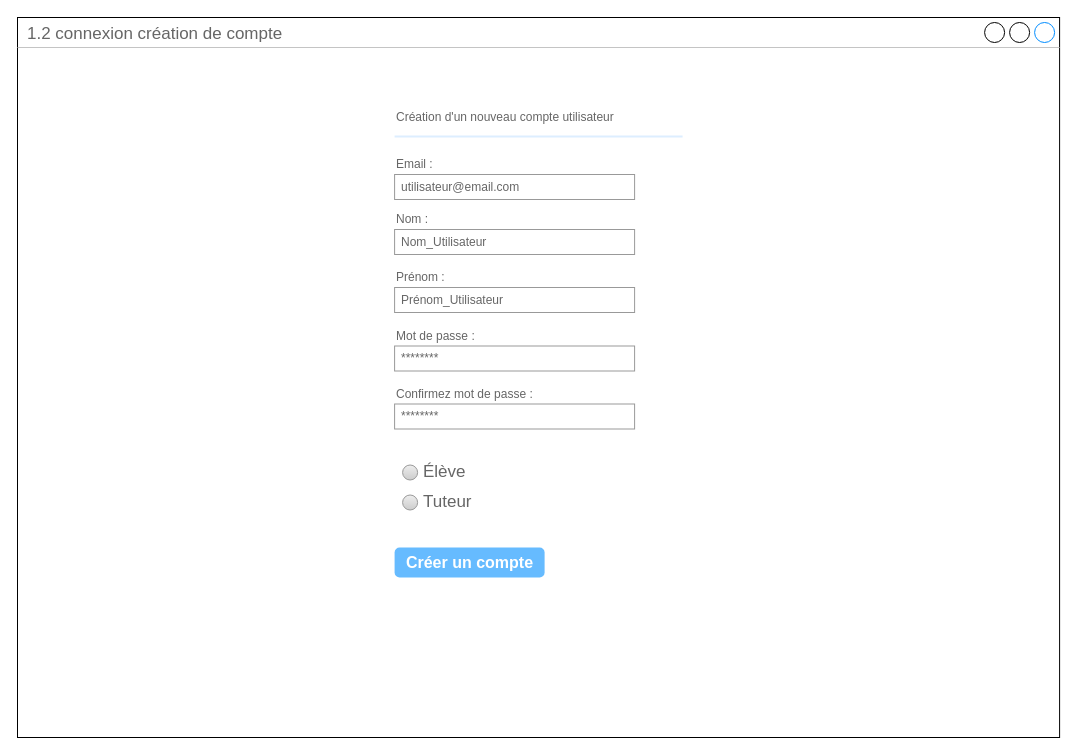
Above: page "1.2 connexion création de compte" (3 of 11) of P3 - maquettes - Mobile.drawio in GDSDC/OpenclassroomsProject-P3 (draw.io), before the change. Source tidied: cells renumbered, new cells numbered last; positions are measured from the earlier drawing's top-left corner, leaving out a move shared by most shapes. Both pictures are drawn from the tidied source at 100%, with x=0, y=0 at pixel (17, 17).
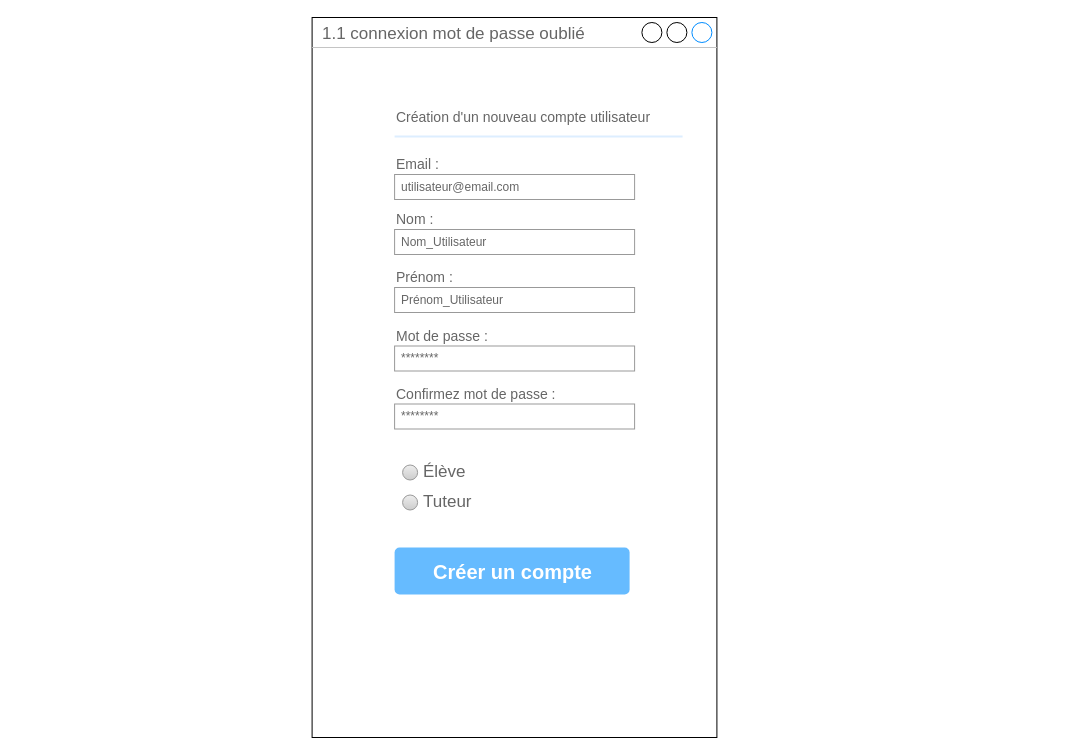
After the change.

Change to the diagram source:
```diff
@@
 <mxGraphModel>
   <root>
     <mxCell id="0" />
     <mxCell id="1" parent="0" />
-    <mxCell id="2" value="1.2 connexion création de compte" style="strokeWidth=1;shadow=0;dashed=0;align=center;html=1;shape=mxgraph.mockup.containers.window;align=left;verticalAlign=top;spacingLeft=8;strokeColor2=#008cff;strokeColor3=#c4c4c4;fontColor=#666666;mainText=;fontSize=17;labelBackgroundColor=none;" parent="1" vertex="1">
-      <mxGeometry width="1042.1" height="720" as="geometry" />
-    </mxCell>
+    <mxCell id="18" value="1.1 connexion mot de passe oublié" style="strokeWidth=1;shadow=0;dashed=0;align=center;html=1;shape=mxgraph.mockup.containers.window;align=left;verticalAlign=top;spacingLeft=8;strokeColor2=#008cff;strokeColor3=#c4c4c4;fontColor=#666666;mainText=;fontSize=17;labelBackgroundColor=none;" parent="1" vertex="1">
+      <mxGeometry x="294.6" width="404.8" height="720" as="geometry" />
+    </mxCell>
-    <mxCell id="3" value="Création d'un nouveau compte utilisateur" style="strokeWidth=1;shadow=0;dashed=0;align=center;html=1;shape=mxgraph.mockup.forms.anchor;fontSize=12;fontColor=#666666;align=left;spacingLeft=0;" parent="1" vertex="1">
+    <mxCell id="3" value="Création d'un nouveau compte utilisateur" style="strokeWidth=1;shadow=0;dashed=0;align=center;html=1;shape=mxgraph.mockup.forms.anchor;fontSize=14;fontColor=#666666;align=left;spacingLeft=0;" parent="1" vertex="1">
       <mxGeometry x="377.1" y="90" width="160" height="20" as="geometry" />
     </mxCell>
     <mxCell id="4" style="shape=line;strokeColor=#ddeeff;strokeWidth=2;html=1;" parent="1" vertex="1">
       <mxGeometry x="377.1" y="114" width="288" height="10" as="geometry" />
     </mxCell>
-    <mxCell id="5" value="Email :" style="strokeWidth=1;shadow=0;dashed=0;align=center;html=1;shape=mxgraph.mockup.forms.anchor;fontSize=12;fontColor=#666666;align=left;spacingLeft=0;" parent="1" vertex="1">
+    <mxCell id="5" value="Email :" style="strokeWidth=1;shadow=0;dashed=0;align=center;html=1;shape=mxgraph.mockup.forms.anchor;fontSize=14;fontColor=#666666;align=left;spacingLeft=0;" parent="1" vertex="1">
       <mxGeometry x="377.1" y="137" width="160" height="20" as="geometry" />
     </mxCell>
     <mxCell id="6" value="utilisateur@email.com" style="strokeWidth=1;shadow=0;dashed=0;align=center;html=1;shape=mxgraph.mockup.forms.rrect;rSize=0;strokeColor=#999999;fontColor=#666666;align=left;spacingLeft=5;" parent="1" vertex="1">
       <mxGeometry x="377.1" y="157" width="240" height="25" as="geometry" />
     </mxCell>
-    <mxCell id="7" value="Nom :" style="strokeWidth=1;shadow=0;dashed=0;align=center;html=1;shape=mxgraph.mockup.forms.anchor;fontSize=12;fontColor=#666666;align=left;spacingLeft=0;" parent="1" vertex="1">
+    <mxCell id="7" value="Nom :" style="strokeWidth=1;shadow=0;dashed=0;align=center;html=1;shape=mxgraph.mockup.forms.anchor;fontSize=14;fontColor=#666666;align=left;spacingLeft=0;" parent="1" vertex="1">
       <mxGeometry x="377.1" y="192" width="160" height="20" as="geometry" />
     </mxCell>
     <mxCell id="8" value="Nom_Utilisateur" style="strokeWidth=1;shadow=0;dashed=0;align=center;html=1;shape=mxgraph.mockup.forms.rrect;rSize=0;strokeColor=#999999;fontColor=#666666;align=left;spacingLeft=5;" parent="1" vertex="1">
       <mxGeometry x="377.1" y="212" width="240" height="25" as="geometry" />
     </mxCell>
     <mxCell id="9" value="Prénom_Utilisateur" style="strokeWidth=1;shadow=0;dashed=0;align=center;html=1;shape=mxgraph.mockup.forms.rrect;rSize=0;strokeColor=#999999;fontColor=#666666;align=left;spacingLeft=5;" parent="1" vertex="1">
       <mxGeometry x="377.1" y="270" width="240" height="25" as="geometry" />
     </mxCell>
-    <mxCell id="10" value="Prénom :" style="strokeWidth=1;shadow=0;dashed=0;align=center;html=1;shape=mxgraph.mockup.forms.anchor;fontSize=12;fontColor=#666666;align=left;spacingLeft=0;" parent="1" vertex="1">
+    <mxCell id="10" value="Prénom :" style="strokeWidth=1;shadow=0;dashed=0;align=center;html=1;shape=mxgraph.mockup.forms.anchor;fontSize=14;fontColor=#666666;align=left;spacingLeft=0;" parent="1" vertex="1">
       <mxGeometry x="377.1" y="250" width="160" height="20" as="geometry" />
     </mxCell>
-    <mxCell id="11" value="Créer un compte" style="strokeWidth=1;shadow=0;dashed=0;align=center;html=1;shape=mxgraph.mockup.forms.rrect;rSize=5;strokeColor=none;fontColor=#ffffff;fillColor=#66bbff;fontSize=16;fontStyle=1;" parent="1" vertex="1">
-      <mxGeometry x="377.1" y="530" width="150" height="30" as="geometry" />
+    <mxCell id="11" value="&lt;font style=&quot;font-size: 20px&quot;&gt;Créer un compte&lt;/font&gt;" style="strokeWidth=1;shadow=0;dashed=0;align=center;html=1;shape=mxgraph.mockup.forms.rrect;rSize=5;strokeColor=none;fontColor=#ffffff;fillColor=#66bbff;fontSize=16;fontStyle=1;" parent="1" vertex="1">
+      <mxGeometry x="377.1" y="530" width="235" height="47" as="geometry" />
     </mxCell>
     <mxCell id="12" value="********" style="strokeWidth=1;shadow=0;dashed=0;align=center;html=1;shape=mxgraph.mockup.forms.rrect;rSize=0;strokeColor=#999999;fontColor=#666666;align=left;spacingLeft=5;" parent="1" vertex="1">
       <mxGeometry x="377.1" y="386.5" width="240" height="25" as="geometry" />
     </mxCell>
-    <mxCell id="13" value="Confirmez mot de passe :" style="strokeWidth=1;shadow=0;dashed=0;align=center;html=1;shape=mxgraph.mockup.forms.anchor;fontSize=12;fontColor=#666666;align=left;spacingLeft=0;" parent="1" vertex="1">
+    <mxCell id="13" value="Confirmez mot de passe :" style="strokeWidth=1;shadow=0;dashed=0;align=center;html=1;shape=mxgraph.mockup.forms.anchor;fontSize=14;fontColor=#666666;align=left;spacingLeft=0;" parent="1" vertex="1">
       <mxGeometry x="377.1" y="366.5" width="160" height="20" as="geometry" />
     </mxCell>
     <mxCell id="14" value="********" style="strokeWidth=1;shadow=0;dashed=0;align=center;html=1;shape=mxgraph.mockup.forms.rrect;rSize=0;strokeColor=#999999;fontColor=#666666;align=left;spacingLeft=5;" parent="1" vertex="1">
       <mxGeometry x="377.1" y="328.5" width="240" height="25" as="geometry" />
     </mxCell>
-    <mxCell id="15" value="Mot de passe :" style="strokeWidth=1;shadow=0;dashed=0;align=center;html=1;shape=mxgraph.mockup.forms.anchor;fontSize=12;fontColor=#666666;align=left;spacingLeft=0;" parent="1" vertex="1">
+    <mxCell id="15" value="Mot de passe :" style="strokeWidth=1;shadow=0;dashed=0;align=center;html=1;shape=mxgraph.mockup.forms.anchor;fontSize=14;fontColor=#666666;align=left;spacingLeft=0;" parent="1" vertex="1">
       <mxGeometry x="377.1" y="308.5" width="160" height="20" as="geometry" />
     </mxCell>
     <mxCell id="16" value="Élève" style="shape=ellipse;rSize=0;fillColor=#eeeeee;strokeColor=#999999;gradientColor=#cccccc;html=1;align=left;spacingLeft=4;fontSize=17;fontColor=#666666;labelPosition=right;" parent="1" vertex="1">
       <mxGeometry x="385.1" y="447.5" width="15" height="15" as="geometry" />
     </mxCell>
     <mxCell id="17" value="Tuteur" style="shape=ellipse;rSize=0;fillColor=#eeeeee;strokeColor=#999999;gradientColor=#cccccc;html=1;align=left;spacingLeft=4;fontSize=17;fontColor=#666666;labelPosition=right;" parent="1" vertex="1">
       <mxGeometry x="385.1" y="477.5" width="15" height="15" as="geometry" />
     </mxCell>
   </root>
 </mxGraphModel>
```
